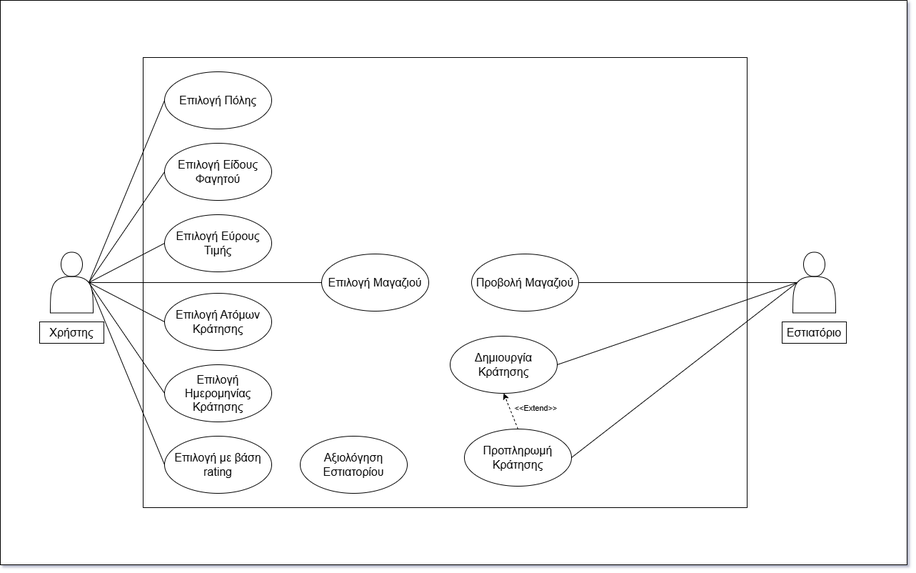
This is use_case_diagram.png from NikSel17/Project-Technologia-Logismikou, a draw.io export, as it was before one commit. Source tidied: cells renumbered, new cells last; positions are measured from the earlier drawing's top-left corner, leaving out a move shared by most shapes.
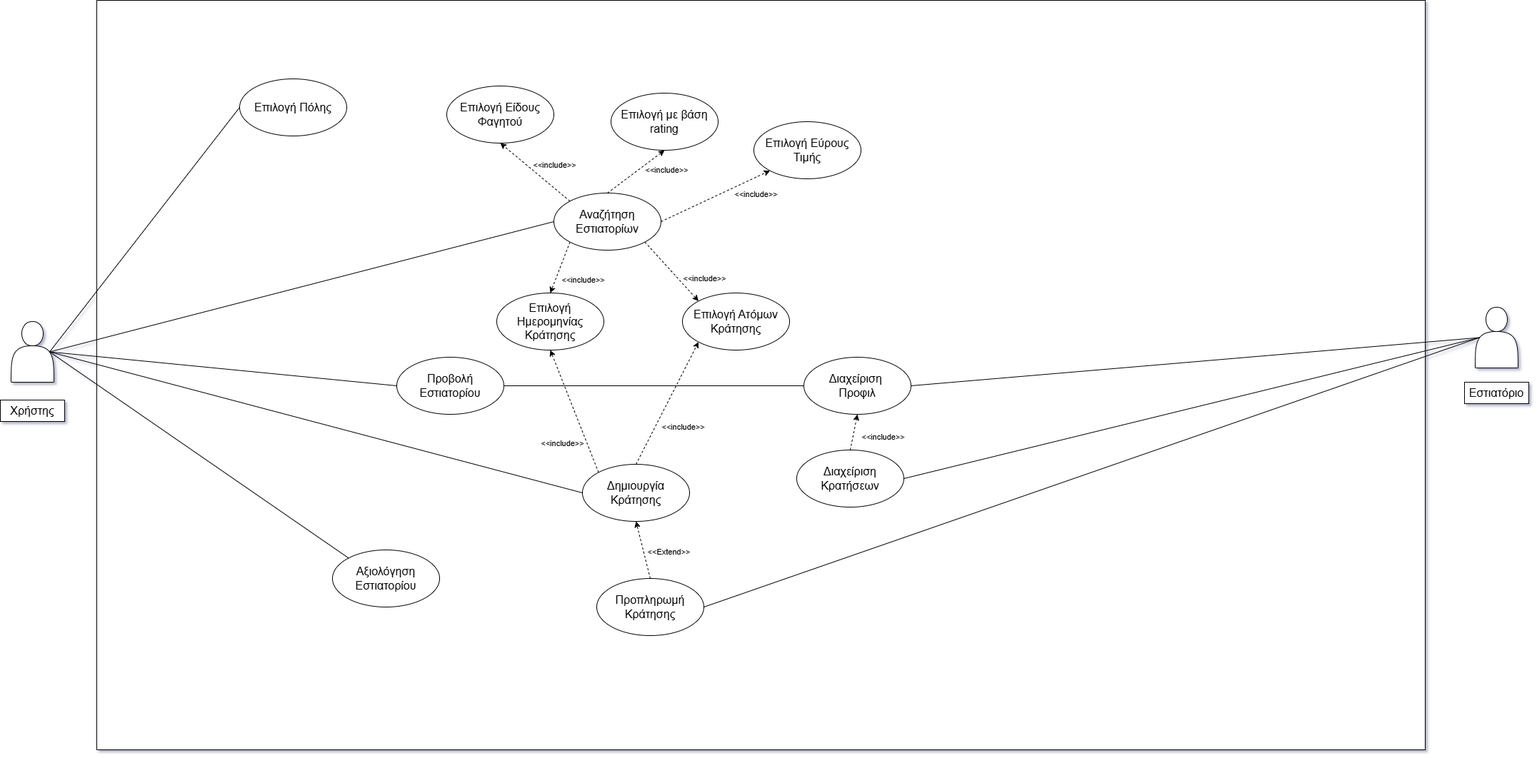
After the change.

Diff of the diagram source:
```diff
@@ -3,76 +3,83 @@
     <mxCell id="0" />
     <mxCell id="1" parent="0" />
     <mxCell id="2" style="whiteSpace=wrap;html=1;" parent="1" vertex="1">
-      <mxGeometry width="1270" height="790" as="geometry" />
+      <mxGeometry x="-250" y="-130" width="1860" height="1050" as="geometry" />
     </mxCell>
-    <mxCell id="3" style="rounded=0;whiteSpace=wrap;html=1;" parent="1" vertex="1">
-      <mxGeometry x="200" y="80" width="846" height="630" as="geometry" />
-    </mxCell>
     <mxCell id="4" value="&lt;font style=&quot;font-size: 16px;&quot;&gt;Επιλογή Πόλης&lt;/font&gt;" style="ellipse;whiteSpace=wrap;html=1;rounded=0;" parent="1" vertex="1">
-      <mxGeometry x="230" y="100" width="150" height="80" as="geometry" />
+      <mxGeometry x="-50" y="-20" width="150" height="80" as="geometry" />
     </mxCell>
-    <mxCell id="5" value="&lt;span style=&quot;font-size: 16px;&quot;&gt;Επιλογή Μαγαζιού&lt;/span&gt;" style="ellipse;whiteSpace=wrap;html=1;rounded=0;" parent="1" vertex="1">
-      <mxGeometry x="450" y="355" width="150" height="80" as="geometry" />
+    <mxCell id="5" value="&lt;span style=&quot;font-size: 16px;&quot;&gt;Προβολή Εστιατορίου&lt;/span&gt;" style="ellipse;whiteSpace=wrap;html=1;rounded=0;" parent="1" vertex="1">
+      <mxGeometry x="170" y="370" width="150" height="80" as="geometry" />
     </mxCell>
+    <mxCell id="30" style="edgeStyle=none;shape=connector;rounded=0;jettySize=auto;html=1;exitX=0;exitY=0.5;exitDx=0;exitDy=0;entryX=1;entryY=0.5;entryDx=0;entryDy=0;strokeColor=default;align=center;verticalAlign=middle;fontFamily=Helvetica;fontSize=11;fontColor=default;labelBackgroundColor=default;startFill=0;endArrow=none;endFill=1;" parent="1" edge="1" source="6" target="5">
+      <mxGeometry relative="1" as="geometry" />
+    </mxCell>
-    <mxCell id="6" value="&lt;font style=&quot;font-size: 16px;&quot;&gt;Προβολή Μαγαζιού&lt;/font&gt;" style="ellipse;whiteSpace=wrap;html=1;rounded=0;" parent="1" vertex="1">
-      <mxGeometry x="660" y="355" width="150" height="80" as="geometry" />
+    <mxCell id="6" value="&lt;span style=&quot;font-size: 16px;&quot;&gt;Διαχείριση&amp;nbsp;&lt;/span&gt;&lt;div&gt;&lt;span style=&quot;font-size: 16px;&quot;&gt;Προφιλ&lt;/span&gt;&lt;/div&gt;" style="ellipse;whiteSpace=wrap;html=1;rounded=0;" parent="1" vertex="1">
+      <mxGeometry x="740" y="370" width="150" height="80" as="geometry" />
     </mxCell>
     <mxCell id="7" value="&lt;font style=&quot;font-size: 16px;&quot;&gt;Επιλογή Είδους Φαγητού&lt;/font&gt;" style="ellipse;whiteSpace=wrap;html=1;rounded=0;" parent="1" vertex="1">
-      <mxGeometry x="230" y="200" width="150" height="80" as="geometry" />
+      <mxGeometry x="240" y="-10" width="150" height="80" as="geometry" />
     </mxCell>
     <mxCell id="8" value="&lt;font style=&quot;font-size: 16px;&quot;&gt;Επιλογή Εύρους Τιμής&lt;/font&gt;" style="ellipse;whiteSpace=wrap;html=1;rounded=0;" parent="1" vertex="1">
-      <mxGeometry x="230" y="300" width="150" height="80" as="geometry" />
+      <mxGeometry x="670" y="40" width="150" height="80" as="geometry" />
     </mxCell>
     <mxCell id="9" value="&lt;span style=&quot;font-size: 16px;&quot;&gt;Επιλογή Ατόμων Κράτησης&lt;/span&gt;" style="ellipse;whiteSpace=wrap;html=1;rounded=0;" parent="1" vertex="1">
-      <mxGeometry x="230" y="410" width="150" height="80" as="geometry" />
+      <mxGeometry x="570" y="280" width="150" height="80" as="geometry" />
     </mxCell>
     <mxCell id="10" value="&lt;span style=&quot;font-size: 16px;&quot;&gt;Επιλογή Ημερομηνίας Κράτησης&lt;/span&gt;" style="ellipse;whiteSpace=wrap;html=1;rounded=0;" parent="1" vertex="1">
-      <mxGeometry x="230" y="510" width="150" height="80" as="geometry" />
+      <mxGeometry x="310" y="280" width="150" height="80" as="geometry" />
     </mxCell>
+    <mxCell id="31" value="&lt;div&gt;&lt;br/&gt;&lt;/div&gt;" style="edgeStyle=none;shape=connector;rounded=0;jettySize=auto;html=1;exitX=0;exitY=0;exitDx=0;exitDy=0;entryX=0.5;entryY=1;entryDx=0;entryDy=0;dashed=1;strokeColor=default;align=center;verticalAlign=middle;fontFamily=Helvetica;fontSize=11;fontColor=default;labelBackgroundColor=default;startFill=0;endArrow=classic;endFill=1;" parent="1" edge="1" source="11" target="10">
+      <mxGeometry x="-0.27" y="30" relative="1" as="geometry" />
+    </mxCell>
+    <mxCell id="32" value="&amp;lt;&amp;lt;include&amp;gt;&amp;gt;" style="edgeLabel;html=1;align=center;verticalAlign=middle;fontFamily=Helvetica;fontSize=11;fontColor=default;labelBackgroundColor=default;" parent="31" vertex="1">
+      <mxGeometry x="-0.17" y="2" relative="1" as="geometry">
+        <mxPoint x="-22" y="29" as="offset" />
+      </mxGeometry>
+    </mxCell>
+    <mxCell id="33" style="edgeStyle=none;shape=connector;rounded=0;jettySize=auto;html=1;exitX=0.5;exitY=0;exitDx=0;exitDy=0;entryX=0;entryY=1;entryDx=0;entryDy=0;dashed=1;strokeColor=default;align=center;verticalAlign=middle;fontFamily=Helvetica;fontSize=11;fontColor=default;labelBackgroundColor=default;startFill=0;endArrow=classic;endFill=1;" parent="1" edge="1" source="11" target="9">
+      <mxGeometry relative="1" as="geometry" />
+    </mxCell>
+    <mxCell id="34" value="&amp;lt;&amp;lt;include&amp;gt;&amp;gt;" style="edgeLabel;html=1;align=center;verticalAlign=middle;fontFamily=Helvetica;fontSize=11;fontColor=default;labelBackgroundColor=default;" parent="33" vertex="1">
+      <mxGeometry x="-0.09" y="2" relative="1" as="geometry">
+        <mxPoint x="27" y="24" as="offset" />
+      </mxGeometry>
+    </mxCell>
     <mxCell id="11" value="&lt;span style=&quot;font-size: 16px;&quot;&gt;Δημιουργία Κράτησης&lt;/span&gt;" style="ellipse;whiteSpace=wrap;html=1;rounded=0;" parent="1" vertex="1">
-      <mxGeometry x="630" y="470" width="150" height="80" as="geometry" />
+      <mxGeometry x="430" y="520" width="150" height="80" as="geometry" />
     </mxCell>
     <mxCell id="12" value="&amp;lt;&amp;lt;Extend&amp;gt;&amp;gt;" style="jettySize=auto;html=1;exitX=0.5;exitY=0;exitDx=0;exitDy=0;entryX=0.5;entryY=1;entryDx=0;entryDy=0;dashed=1;endArrow=classic;endFill=1;" parent="1" edge="1" source="13" target="11">
       <mxGeometry x="-0.31" y="-34" relative="1" as="geometry" />
     </mxCell>
     <mxCell id="13" value="&lt;span style=&quot;font-size: 16px;&quot;&gt;Προπληρωμή Κράτησης&lt;/span&gt;" style="ellipse;whiteSpace=wrap;html=1;rounded=0;" parent="1" vertex="1">
-      <mxGeometry x="650" y="600" width="150" height="80" as="geometry" />
+      <mxGeometry x="450" y="680" width="150" height="80" as="geometry" />
     </mxCell>
     <mxCell id="14" value="&lt;span style=&quot;font-size: 16px;&quot;&gt;Αξιολόγηση Εστιατορίου&lt;/span&gt;" style="ellipse;whiteSpace=wrap;html=1;rounded=0;" parent="1" vertex="1">
-      <mxGeometry x="420" y="610" width="150" height="80" as="geometry" />
+      <mxGeometry x="80" y="640" width="150" height="80" as="geometry" />
     </mxCell>
     <mxCell id="15" value="&lt;span style=&quot;font-size: 16px;&quot;&gt;Επιλογή με βάση rating&lt;/span&gt;" style="ellipse;whiteSpace=wrap;html=1;rounded=0;" parent="1" vertex="1">
-      <mxGeometry x="230" y="610" width="150" height="80" as="geometry" />
+      <mxGeometry x="470" width="150" height="80" as="geometry" />
     </mxCell>
-    <mxCell id="16" style="rounded=0;jettySize=auto;html=1;exitX=0.9;exitY=0.5;exitDx=0;exitDy=0;exitPerimeter=0;entryX=0;entryY=0.5;entryDx=0;entryDy=0;endArrow=none;startFill=0;" parent="1" edge="1" source="23" target="7">
-      <mxGeometry relative="1" as="geometry" />
-    </mxCell>
     <mxCell id="17" style="rounded=0;jettySize=auto;html=1;exitX=0.9;exitY=0.5;exitDx=0;exitDy=0;exitPerimeter=0;entryX=0;entryY=0.5;entryDx=0;entryDy=0;endArrow=none;startFill=0;" parent="1" edge="1" source="23" target="4">
       <mxGeometry relative="1" as="geometry" />
     </mxCell>
-    <mxCell id="18" style="jettySize=auto;html=1;exitX=0.9;exitY=0.5;exitDx=0;exitDy=0;exitPerimeter=0;entryX=0;entryY=0.5;entryDx=0;entryDy=0;endArrow=none;startFill=0;" parent="1" edge="1" source="23" target="8">
-      <mxGeometry relative="1" as="geometry" />
-    </mxCell>
-    <mxCell id="19" style="jettySize=auto;html=1;exitX=0.9;exitY=0.5;exitDx=0;exitDy=0;exitPerimeter=0;entryX=0;entryY=0.5;entryDx=0;entryDy=0;endArrow=none;startFill=0;" parent="1" edge="1" source="23" target="9">
-      <mxGeometry relative="1" as="geometry" />
-    </mxCell>
-    <mxCell id="20" style="jettySize=auto;html=1;exitX=0.9;exitY=0.5;exitDx=0;exitDy=0;exitPerimeter=0;entryX=0;entryY=0.5;entryDx=0;entryDy=0;endArrow=none;startFill=0;" parent="1" edge="1" source="23" target="10">
-      <mxGeometry relative="1" as="geometry" />
-    </mxCell>
-    <mxCell id="21" style="jettySize=auto;html=1;exitX=0.9;exitY=0.5;exitDx=0;exitDy=0;exitPerimeter=0;entryX=0;entryY=0.5;entryDx=0;entryDy=0;endArrow=none;startFill=0;" parent="1" edge="1" source="23" target="15">
-      <mxGeometry relative="1" as="geometry" />
-    </mxCell>
-    <mxCell id="22" style="jettySize=auto;html=1;exitX=0.9;exitY=0.5;exitDx=0;exitDy=0;exitPerimeter=0;entryX=0;entryY=0.5;entryDx=0;entryDy=0;endArrow=none;startFill=0;" parent="1" edge="1" source="23" target="5">
-      <mxGeometry relative="1" as="geometry" />
-    </mxCell>
+    <mxCell id="35" style="rounded=0;jettySize=auto;html=1;exitX=0.9;exitY=0.5;exitDx=0;exitDy=0;exitPerimeter=0;entryX=0;entryY=0.5;entryDx=0;entryDy=0;endArrow=none;startFill=0;" parent="1" edge="1" source="23" target="48">
+      <mxGeometry relative="1" as="geometry" />
+    </mxCell>
+    <mxCell id="36" style="edgeStyle=none;shape=connector;rounded=0;jettySize=auto;html=1;exitX=0.9;exitY=0.5;exitDx=0;exitDy=0;exitPerimeter=0;entryX=0;entryY=0.5;entryDx=0;entryDy=0;strokeColor=default;align=center;verticalAlign=middle;fontFamily=Helvetica;fontSize=11;fontColor=default;labelBackgroundColor=default;startFill=0;endArrow=none;" parent="1" edge="1" source="23" target="11">
+      <mxGeometry relative="1" as="geometry" />
+    </mxCell>
+    <mxCell id="37" style="edgeStyle=none;shape=connector;rounded=0;jettySize=auto;html=1;exitX=0.9;exitY=0.5;exitDx=0;exitDy=0;exitPerimeter=0;entryX=0;entryY=0;entryDx=0;entryDy=0;strokeColor=default;align=center;verticalAlign=middle;fontFamily=Helvetica;fontSize=11;fontColor=default;labelBackgroundColor=default;startFill=0;endArrow=none;endFill=1;" parent="1" edge="1" source="23" target="14">
+      <mxGeometry relative="1" as="geometry" />
+    </mxCell>
     <mxCell id="23" value="&lt;div&gt;&lt;br&gt;&lt;/div&gt;&lt;div&gt;&lt;br&gt;&lt;/div&gt;&lt;div&gt;&lt;br&gt;&lt;/div&gt;&lt;div&gt;&lt;br&gt;&lt;/div&gt;" style="shape=actor;whiteSpace=wrap;html=1;rounded=0;" parent="1" vertex="1">
-      <mxGeometry x="70" y="352.5" width="60" height="85" as="geometry" />
+      <mxGeometry x="-370" y="320" width="60" height="85" as="geometry" />
     </mxCell>
-    <mxCell id="24" style="rounded=0;jettySize=auto;html=1;exitX=0.1;exitY=0.5;exitDx=0;exitDy=0;exitPerimeter=0;entryX=1;entryY=0.5;entryDx=0;entryDy=0;endArrow=none;startFill=0;" parent="1" edge="1" source="25" target="11">
+    <mxCell id="24" style="rounded=0;jettySize=auto;html=1;exitX=0.1;exitY=0.5;exitDx=0;exitDy=0;exitPerimeter=0;entryX=1;entryY=0.5;entryDx=0;entryDy=0;endArrow=none;startFill=0;" parent="1" edge="1" source="25" target="52">
       <mxGeometry relative="1" as="geometry" />
     </mxCell>
     <mxCell id="25" value="&lt;div&gt;&lt;br&gt;&lt;/div&gt;&lt;div&gt;&lt;br&gt;&lt;/div&gt;&lt;div&gt;&lt;br&gt;&lt;/div&gt;&lt;div&gt;&lt;br&gt;&lt;/div&gt;" style="shape=actor;whiteSpace=wrap;html=1;rounded=0;" parent="1" vertex="1">
-      <mxGeometry x="1110" y="352.5" width="60" height="85" as="geometry" />
+      <mxGeometry x="1680" y="300" width="60" height="85" as="geometry" />
     </mxCell>
     <mxCell id="26" style="rounded=0;jettySize=auto;html=1;exitX=1;exitY=0.5;exitDx=0;exitDy=0;entryX=0.1;entryY=0.5;entryDx=0;entryDy=0;entryPerimeter=0;endArrow=none;startFill=0;" parent="1" edge="1" source="6" target="25">
       <mxGeometry relative="1" as="geometry" />
@@ -81,10 +88,72 @@
       <mxGeometry relative="1" as="geometry" />
     </mxCell>
     <mxCell id="28" value="&lt;font style=&quot;font-size: 16px;&quot;&gt;Χρήστης&lt;/font&gt;" style="rounded=0;whiteSpace=wrap;html=1;" parent="1" vertex="1">
-      <mxGeometry x="55" y="450" width="90" height="30" as="geometry" />
+      <mxGeometry x="-385" y="430" width="90" height="30" as="geometry" />
     </mxCell>
     <mxCell id="29" value="&lt;span style=&quot;font-size: 16px;&quot;&gt;Εστιατόριο&lt;/span&gt;" style="rounded=0;whiteSpace=wrap;html=1;" parent="1" vertex="1">
-      <mxGeometry x="1095" y="450" width="90" height="30" as="geometry" />
+      <mxGeometry x="1665" y="405" width="90" height="30" as="geometry" />
     </mxCell>
+    <mxCell id="38" style="edgeStyle=none;shape=connector;rounded=0;jettySize=auto;html=1;exitX=0;exitY=0;exitDx=0;exitDy=0;entryX=0.5;entryY=1;entryDx=0;entryDy=0;strokeColor=default;align=center;verticalAlign=middle;fontFamily=Helvetica;fontSize=11;fontColor=default;labelBackgroundColor=default;startFill=0;endArrow=classic;endFill=1;dashed=1;" parent="1" edge="1" source="48" target="7">
+      <mxGeometry relative="1" as="geometry" />
+    </mxCell>
+    <mxCell id="39" value="&amp;lt;&amp;lt;include&amp;gt;&amp;gt;" style="edgeLabel;html=1;align=center;verticalAlign=middle;fontFamily=Helvetica;fontSize=11;fontColor=default;labelBackgroundColor=default;" parent="38" vertex="1">
+      <mxGeometry x="-0.12" y="2" relative="1" as="geometry">
+        <mxPoint x="22" y="-17" as="offset" />
+      </mxGeometry>
+    </mxCell>
+    <mxCell id="40" style="edgeStyle=none;shape=connector;rounded=0;jettySize=auto;html=1;exitX=0.5;exitY=0;exitDx=0;exitDy=0;entryX=0.5;entryY=1;entryDx=0;entryDy=0;dashed=1;strokeColor=default;align=center;verticalAlign=middle;fontFamily=Helvetica;fontSize=11;fontColor=default;labelBackgroundColor=default;startFill=0;endArrow=classic;endFill=1;" parent="1" edge="1" source="48" target="15">
+      <mxGeometry relative="1" as="geometry" />
+    </mxCell>
+    <mxCell id="41" value="&amp;lt;&amp;lt;include&amp;gt;&amp;gt;" style="edgeLabel;html=1;align=center;verticalAlign=middle;fontFamily=Helvetica;fontSize=11;fontColor=default;labelBackgroundColor=default;" parent="40" vertex="1">
+      <mxGeometry x="0.1" y="-2" relative="1" as="geometry">
+        <mxPoint x="35" y="-1" as="offset" />
+      </mxGeometry>
+    </mxCell>
+    <mxCell id="42" style="edgeStyle=none;shape=connector;rounded=0;jettySize=auto;html=1;exitX=1;exitY=0.5;exitDx=0;exitDy=0;entryX=0;entryY=1;entryDx=0;entryDy=0;dashed=1;strokeColor=default;align=center;verticalAlign=middle;fontFamily=Helvetica;fontSize=11;fontColor=default;labelBackgroundColor=default;startFill=0;endArrow=classic;endFill=1;" parent="1" edge="1" source="48" target="8">
+      <mxGeometry relative="1" as="geometry" />
+    </mxCell>
+    <mxCell id="43" value="&amp;lt;&amp;lt;include&amp;gt;&amp;gt;" style="edgeLabel;html=1;align=center;verticalAlign=middle;fontFamily=Helvetica;fontSize=11;fontColor=default;labelBackgroundColor=default;" parent="42" vertex="1">
+      <mxGeometry x="0.22" y="-3" relative="1" as="geometry">
+        <mxPoint x="36" y="1" as="offset" />
+      </mxGeometry>
+    </mxCell>
+    <mxCell id="44" style="edgeStyle=none;shape=connector;rounded=0;jettySize=auto;html=1;exitX=1;exitY=1;exitDx=0;exitDy=0;entryX=0;entryY=0;entryDx=0;entryDy=0;dashed=1;strokeColor=default;align=center;verticalAlign=middle;fontFamily=Helvetica;fontSize=11;fontColor=default;labelBackgroundColor=default;startFill=0;endArrow=classic;endFill=1;" parent="1" edge="1" source="48" target="9">
+      <mxGeometry relative="1" as="geometry" />
+    </mxCell>
+    <mxCell id="45" value="&amp;lt;&amp;lt;include&amp;gt;&amp;gt;" style="edgeLabel;html=1;align=center;verticalAlign=middle;fontFamily=Helvetica;fontSize=11;fontColor=default;labelBackgroundColor=default;" parent="44" vertex="1">
+      <mxGeometry x="-0.03" y="4" relative="1" as="geometry">
+        <mxPoint x="43" y="13" as="offset" />
+      </mxGeometry>
+    </mxCell>
+    <mxCell id="46" style="edgeStyle=none;shape=connector;rounded=0;jettySize=auto;html=1;exitX=0;exitY=1;exitDx=0;exitDy=0;entryX=0.5;entryY=0;entryDx=0;entryDy=0;dashed=1;strokeColor=default;align=center;verticalAlign=middle;fontFamily=Helvetica;fontSize=11;fontColor=default;labelBackgroundColor=default;startFill=0;endArrow=classic;endFill=1;" parent="1" edge="1" source="48" target="10">
+      <mxGeometry relative="1" as="geometry" />
+    </mxCell>
+    <mxCell id="47" value="&amp;lt;&amp;lt;include&amp;gt;&amp;gt;" style="edgeLabel;html=1;align=center;verticalAlign=middle;fontFamily=Helvetica;fontSize=11;fontColor=default;labelBackgroundColor=default;" parent="46" vertex="1">
+      <mxGeometry x="-0.07" y="-3" relative="1" as="geometry">
+        <mxPoint x="33" y="19" as="offset" />
+      </mxGeometry>
+    </mxCell>
+    <mxCell id="48" value="&lt;span style=&quot;font-size: 16px;&quot;&gt;Αναζήτηση Εστιατορίων&lt;/span&gt;" style="ellipse;whiteSpace=wrap;html=1;rounded=0;" parent="1" vertex="1">
+      <mxGeometry x="390" y="140" width="150" height="80" as="geometry" />
+    </mxCell>
+    <mxCell id="22" style="edgeStyle=none;shape=connector;rounded=0;jettySize=auto;html=1;exitX=0.9;exitY=0.5;exitDx=0;exitDy=0;exitPerimeter=0;entryX=0;entryY=0.5;entryDx=0;entryDy=0;strokeColor=default;align=center;verticalAlign=middle;fontFamily=Helvetica;fontSize=11;fontColor=default;labelBackgroundColor=default;startFill=0;endArrow=none;" parent="1" edge="1" source="23" target="5">
+      <mxGeometry relative="1" as="geometry" />
+    </mxCell>
+    <mxCell id="49" style="edgeStyle=none;shape=connector;rounded=0;jettySize=auto;html=1;exitX=0.5;exitY=0;exitDx=0;exitDy=0;entryX=0.5;entryY=1;entryDx=0;entryDy=0;dashed=1;strokeColor=default;align=center;verticalAlign=middle;fontFamily=Helvetica;fontSize=11;fontColor=default;labelBackgroundColor=default;startFill=0;endArrow=classic;endFill=1;" parent="1" edge="1" source="52" target="6">
+      <mxGeometry relative="1" as="geometry" />
+    </mxCell>
+    <mxCell id="50" value="&lt;span style=&quot;color: rgba(0, 0, 0, 0); font-family: monospace; font-size: 0px; text-align: start; background-color: rgb(236, 236, 236);&quot;&gt;%3CmxGraphModel%3E%3Croot%3E%3CmxCell%20id%3D%220%22%2F%3E%3CmxCell%20id%3D%221%22%20parent%3D%220%22%2F%3E%3CmxCell%20id%3D%222%22%20value%3D%22%26lt%3Bspan%20style%3D%26quot%3Bfont-size%3A%2016px%3B%26quot%3B%26gt%3B%CE%A0%CF%81%CE%BF%CF%80%CE%BB%CE%B7%CF%81%CF%89%CE%BC%CE%AE%20%CE%9A%CF%81%CE%AC%CF%84%CE%B7%CF%83%CE%B7%CF%82%26lt%3B%2Fspan%26gt%3B%22%20style%3D%22ellipse%3BwhiteSpace%3Dwrap%3Bhtml%3D1%3Brounded%3D0%3B%22%20vertex%3D%221%22%20parent%3D%221%22%3E%3CmxGeometry%20x%3D%22450%22%20y%3D%22680%22%20width%3D%22150%22%20height%3D%2280%22%20as%3D%22geometry%22%2F%3E%3C%2FmxCell%3E%3C%2Froot%3E%3C%2FmxGraphM&amp;lt;,&lt;/span&gt;" style="edgeLabel;html=1;align=center;verticalAlign=middle;fontFamily=Helvetica;fontSize=11;fontColor=default;labelBackgroundColor=default;" parent="49" vertex="1">
+      <mxGeometry x="-0.02" y="4" relative="1" as="geometry">
+        <mxPoint y="1" as="offset" />
+      </mxGeometry>
+    </mxCell>
+    <mxCell id="51" value="&amp;lt;&amp;lt;include&amp;gt;&amp;gt;" style="edgeLabel;html=1;align=center;verticalAlign=middle;fontFamily=Helvetica;fontSize=11;fontColor=default;labelBackgroundColor=default;" parent="49" vertex="1">
+      <mxGeometry x="-0.05" y="-2" relative="1" as="geometry">
+        <mxPoint x="38" y="3" as="offset" />
+      </mxGeometry>
+    </mxCell>
+    <mxCell id="52" value="&lt;span style=&quot;font-size: 16px;&quot;&gt;Διαχείριση Κρατήσεων&lt;/span&gt;" style="ellipse;whiteSpace=wrap;html=1;rounded=0;" parent="1" vertex="1">
+      <mxGeometry x="730" y="500" width="150" height="80" as="geometry" />
+    </mxCell>
   </root>
 </mxGraphModel>
```
